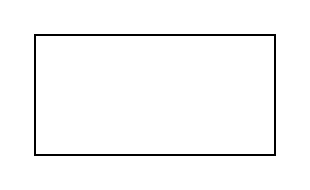
The draw.io diagram 计费账单流程.drawio in xiaohuihui7726/drawio, before the edit. Source tidied: cells renumbered, new cells numbered last; positions are measured from the earlier drawing's top-left corner, leaving out a move shared by most shapes. Both pictures are drawn from the tidied source at 200%, with x=0, y=0 at pixel (34, 34).
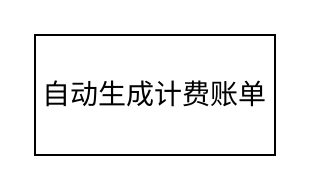
After the change.

Commit message (it also covers changes not shown here):
更新计费账单流程.drawio

The edit, as a diff of the source:
```diff
@@
 <mxGraphModel>
   <root>
     <mxCell id="0" />
     <mxCell id="1" parent="0" />
-    <mxCell id="2" style="rounded=0;whiteSpace=wrap;html=1;" parent="1" vertex="1">
+    <mxCell id="2" value="&lt;font style=&quot;font-size: 14px;&quot;&gt;自动生成计费账单&lt;/font&gt;" style="rounded=0;whiteSpace=wrap;html=1;" parent="1" vertex="1">
       <mxGeometry width="120" height="60" as="geometry" />
     </mxCell>
   </root>
 </mxGraphModel>
```
